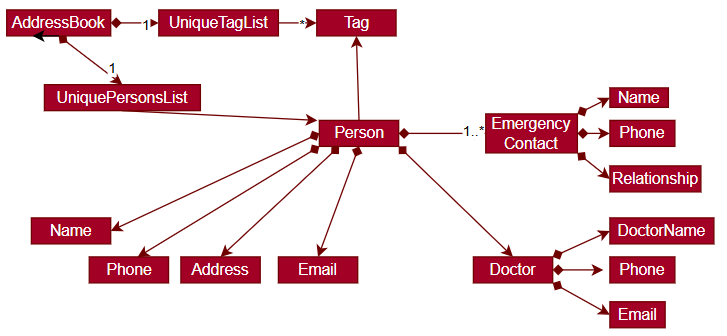
nus-cs2103-AY2425S1/tp keeps this PlantUML diagram as docs/images/BetterModelClassDiagram.png. Above is the earlier version. Its source is kept beside it as docs/diagrams/BetterModelClassDiagram.puml.
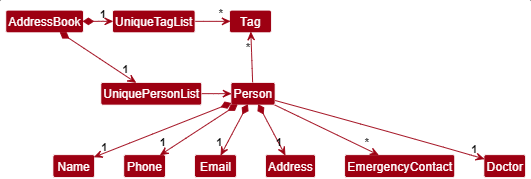
After the commit.

The edit, as a diff of the source:
```diff
@@ -14,9 +14,10 @@
 
 Person -up-> "*" Tag
 
-Person *--> Name
-Person *--> Phone
-Person *--> Email
-Person *--> Address
+Person *--> "1"Name
+Person *--> "1"Phone
+Person *--> "1"Email
+Person *--> "1"Address
 Person -->  "*"EmergencyContact
+Person -->  "1"Doctor
 @enduml
```
